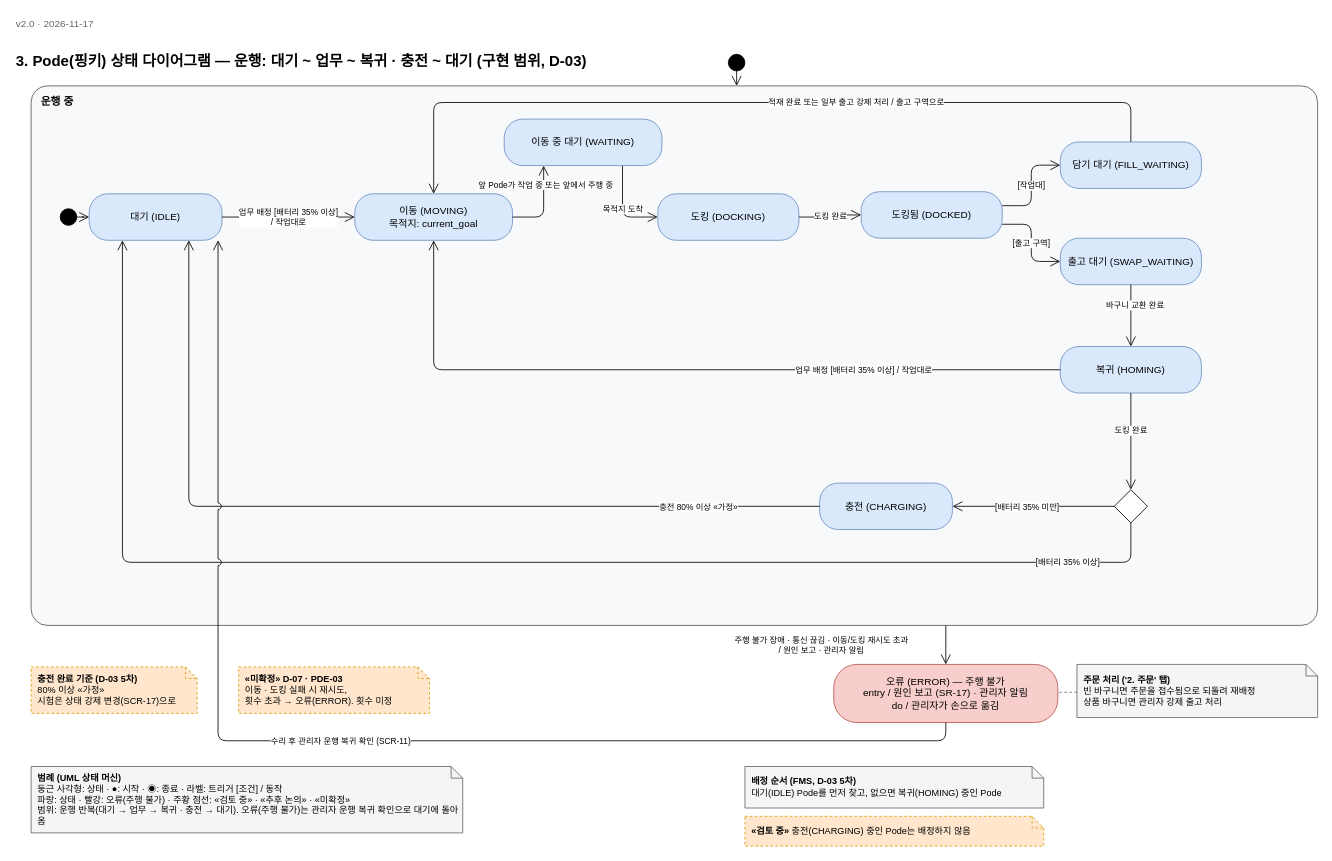
addinedu-roscamp-16th/roscamp-repo-2 keeps this draw.io diagram as page "3. Pode" (4 of 14) of design/diagrams/IFP_다이어그램.drawio. Above is the earlier version. Source tidied: cells renumbered, new cells numbered last; positions are measured from the earlier drawing's top-left corner, leaving out a move shared by most shapes. Both pictures are drawn from the tidied source at 83%, with x=0, y=0 at pixel (14, 14).
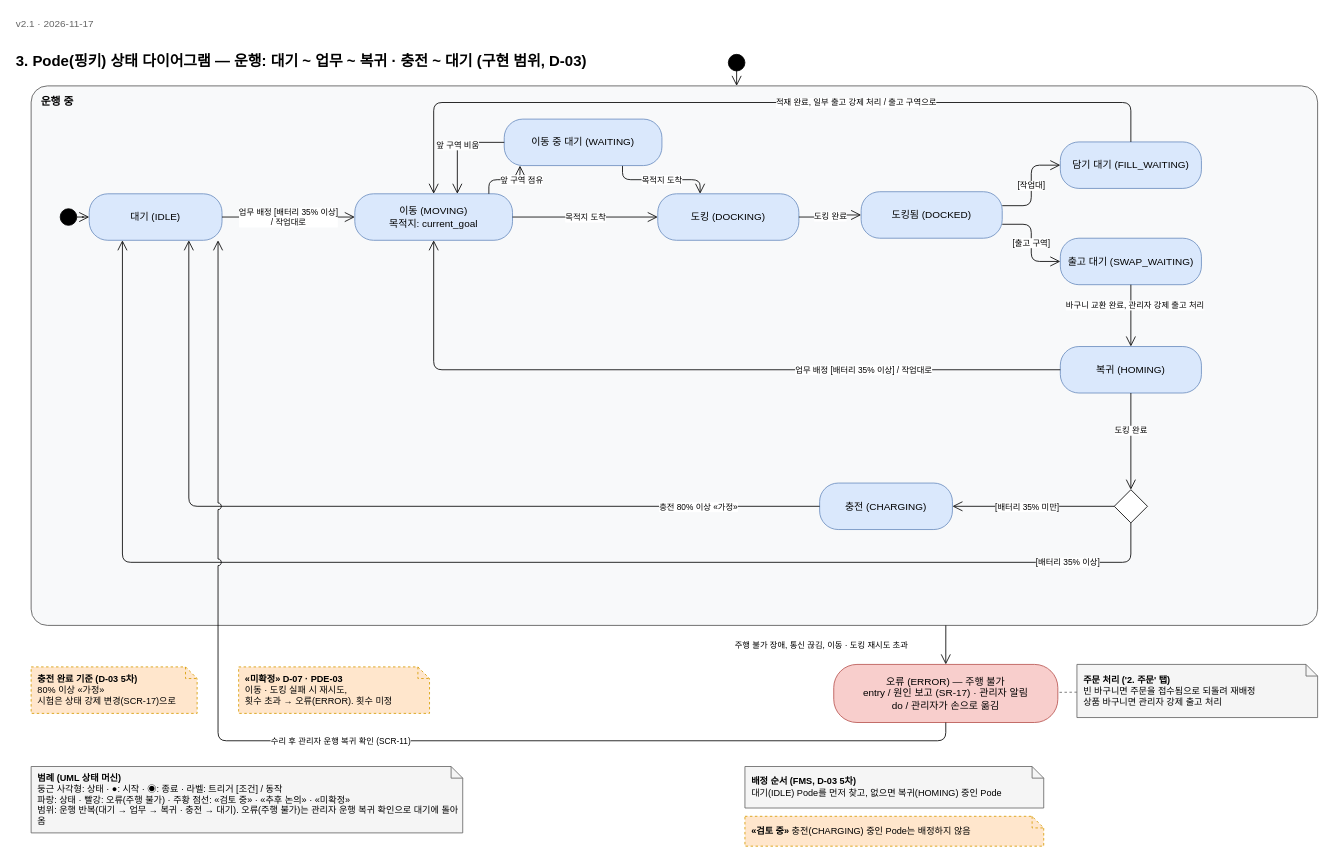
The same page after the edit.

The change refers to these unchanged cells:
```xml
<mxCell id="3" value="운행 중" style="rounded=1;arcSize=3;whiteSpace=wrap;html=1;verticalAlign=top;align=left;spacingLeft=10;spacingTop=4;fontStyle=1;fillColor=#f8f9fa;strokeColor=#555555;fontSize=13;" parent="1" vertex="1">
  <mxGeometry x="20" y="86" width="1550" height="650" as="geometry" />
</mxCell>
<mxCell id="8" value="이동 (MOVING)&lt;br&gt;목적지: current_goal" style="rounded=1;arcSize=40;whiteSpace=wrap;html=1;fillColor=#dae8fc;strokeColor=#6c8ebf;fontSize=12;" parent="1" vertex="1">
  <mxGeometry x="410" y="216" width="190" height="56" as="geometry" />
</mxCell>
<mxCell id="9" value="복귀 (HOMING)" style="rounded=1;arcSize=40;whiteSpace=wrap;html=1;fillColor=#dae8fc;strokeColor=#6c8ebf;fontSize=12;" parent="1" vertex="1">
  <mxGeometry x="1260" y="400" width="170" height="56" as="geometry" />
</mxCell>
<mxCell id="10" value="도킹 (DOCKING)" style="rounded=1;arcSize=40;whiteSpace=wrap;html=1;fillColor=#dae8fc;strokeColor=#6c8ebf;fontSize=12;" parent="1" vertex="1">
  <mxGeometry x="775" y="216" width="170" height="56" as="geometry" />
</mxCell>
<mxCell id="12" value="담기 대기 (FILL_WAITING)" style="rounded=1;arcSize=40;whiteSpace=wrap;html=1;fillColor=#dae8fc;strokeColor=#6c8ebf;fontSize=12;" parent="1" vertex="1">
  <mxGeometry x="1260" y="153.5" width="170" height="56" as="geometry" />
</mxCell>
<mxCell id="13" value="출고 대기 (SWAP_WAITING)" style="rounded=1;arcSize=40;whiteSpace=wrap;html=1;fillColor=#dae8fc;strokeColor=#6c8ebf;fontSize=12;" parent="1" vertex="1">
  <mxGeometry x="1260" y="269.5" width="170" height="56" as="geometry" />
</mxCell>
<mxCell id="28" value="이동 중 대기 (WAITING)" style="rounded=1;arcSize=40;whiteSpace=wrap;html=1;fillColor=#dae8fc;strokeColor=#6c8ebf;fontSize=12;" parent="1" vertex="1">
  <mxGeometry x="590" y="126" width="190" height="56" as="geometry" />
</mxCell>
<mxCell id="39" value="오류 (ERROR) — 주행 불가&lt;br&gt;entry / 원인 보고 (SR-17) · 관리자 알림&lt;br&gt;do / 관리자가 손으로 옮김" style="rounded=1;arcSize=40;whiteSpace=wrap;html=1;fillColor=#f8cecc;strokeColor=#b85450;fontSize=12;" parent="1" vertex="1">
  <mxGeometry x="987" y="783" width="270" height="70" as="geometry" />
</mxCell>
```

The edit, as a diff of the source:
```diff
@@
-    <mxCell id="16" value="목적지 도착" style="edgeStyle=orthogonalEdgeStyle;rounded=1;html=1;endArrow=open;endSize=10;fontSize=10;labelBackgroundColor=#ffffff;exitX=0.75;exitY=1;exitDx=0;exitDy=0;entryX=0;entryY=0.5;entryDx=0;entryDy=0;" parent="1" edge="1" source="28" target="10">
+    <mxCell id="16" value="목적지 도착" style="edgeStyle=orthogonalEdgeStyle;rounded=1;html=1;endArrow=open;endSize=10;fontSize=10;labelBackgroundColor=#ffffff;exitX=0.75;exitY=1;exitDx=0;exitDy=0;entryX=0.3;entryY=0;entryDx=0;entryDy=0;" parent="1" edge="1" source="28" target="10">
       <mxGeometry relative="1" as="geometry" />
     </mxCell>
@@
-    <mxCell id="20" value="적재 완료 또는 일부 출고 강제 처리 / 출고 구역으로" style="edgeStyle=orthogonalEdgeStyle;rounded=1;html=1;endArrow=open;endSize=10;fontSize=10;labelBackgroundColor=#ffffff;exitX=0.5;exitY=0;exitDx=0;exitDy=0;entryX=0.5;entryY=0;entryDx=0;entryDy=0;" parent="1" edge="1" source="12" target="8">
+    <mxCell id="20" value="적재 완료, 일부 출고 강제 처리 / 출고 구역으로" style="edgeStyle=orthogonalEdgeStyle;rounded=1;html=1;endArrow=open;endSize=10;fontSize=10;labelBackgroundColor=#ffffff;exitX=0.5;exitY=0;exitDx=0;exitDy=0;entryX=0.5;entryY=0;entryDx=0;entryDy=0;" parent="1" edge="1" source="12" target="8">
       <mxGeometry x="-0.24" relative="1" as="geometry">
         <Array as="points">
           <mxPoint x="1345" y="106" />
           <mxPoint x="505" y="106" />
         </Array>
       </mxGeometry>
     </mxCell>
@@
-    <mxCell id="27" value="앞 Pode가 작업 중 또는 앞에서 주행 중" style="edgeStyle=orthogonalEdgeStyle;rounded=1;html=1;endArrow=open;endSize=10;fontSize=10;labelBackgroundColor=#ffffff;exitX=1;exitY=0.5;exitDx=0;exitDy=0;entryX=0.25;entryY=1;entryDx=0;entryDy=0;" parent="1" edge="1" source="8" target="28">
+    <mxCell id="27" value="앞 구역 점유" style="edgeStyle=orthogonalEdgeStyle;rounded=1;html=1;endArrow=open;endSize=10;fontSize=10;labelBackgroundColor=#ffffff;exitX=0.85;exitY=0;exitDx=0;exitDy=0;entryX=0.1;entryY=1;entryDx=0;entryDy=0;" parent="1" edge="1" source="8" target="28">
       <mxGeometry x="0.55" y="-2" relative="1" as="geometry" />
     </mxCell>
@@
-    <mxCell id="32" value="v2.0 · 2026-11-17" style="text;html=1;fontSize=12;fontColor=#666666;align=left;verticalAlign=middle;" parent="1" vertex="1">
+    <mxCell id="32" value="v2.1 · 2026-11-17" style="text;html=1;fontSize=12;fontColor=#666666;align=left;verticalAlign=middle;" parent="1" vertex="1">
       <mxGeometry width="200" height="24" as="geometry" />
     </mxCell>
-    <mxCell id="33" value="바구니 교환 완료" style="edgeStyle=orthogonalEdgeStyle;rounded=1;html=1;endArrow=open;endSize=10;fontSize=10;labelBackgroundColor=#ffffff;exitX=0.5;exitY=1;exitDx=0;exitDy=0;entryX=0.5;entryY=0;entryDx=0;entryDy=0;" parent="1" edge="1" source="13" target="9">
+    <mxCell id="33" value="바구니 교환 완료, 관리자 강제 출고 처리" style="edgeStyle=orthogonalEdgeStyle;rounded=1;html=1;endArrow=open;endSize=10;fontSize=10;labelBackgroundColor=#ffffff;exitX=0.5;exitY=1;exitDx=0;exitDy=0;entryX=0.5;entryY=0;entryDx=0;entryDy=0;" parent="1" edge="1" source="13" target="9">
       <mxGeometry x="-0.36" y="5" relative="1" as="geometry" />
     </mxCell>
@@
-    <mxCell id="40" value="주행 불가 장애 · 통신 끊김 · 이동/도킹 재시도 초과&lt;br&gt;/ 원인 보고 · 관리자 알림" style="edgeStyle=orthogonalEdgeStyle;rounded=1;html=1;endArrow=open;endSize=10;fontSize=10;labelBackgroundColor=#ffffff;exitX=0.711;exitY=1;exitDx=0;exitDy=0;entryX=0.5;entryY=0;entryDx=0;entryDy=0;" parent="1" edge="1" source="3" target="39">
+    <mxCell id="40" value="주행 불가 장애, 통신 끊김, 이동 · 도킹 재시도 초과" style="edgeStyle=orthogonalEdgeStyle;rounded=1;html=1;endArrow=open;endSize=10;fontSize=10;labelBackgroundColor=#ffffff;exitX=0.711;exitY=1;exitDx=0;exitDy=0;entryX=0.5;entryY=0;entryDx=0;entryDy=0;" parent="1" edge="1" source="3" target="39">
       <mxGeometry relative="1" as="geometry">
         <mxPoint x="-150" as="offset" />
       </mxGeometry>
     </mxCell>
@@
+    <mxCell id="42" value="목적지 도착" style="edgeStyle=orthogonalEdgeStyle;rounded=1;html=1;endArrow=open;endSize=10;fontSize=10;labelBackgroundColor=#ffffff;exitX=1;exitY=0.5;exitDx=0;exitDy=0;entryX=0;entryY=0.5;entryDx=0;entryDy=0;" parent="1" edge="1" source="8" target="10">
+      <mxGeometry relative="1" as="geometry" />
+    </mxCell>
+    <mxCell id="43" value="앞 구역 비움" style="edgeStyle=orthogonalEdgeStyle;rounded=1;html=1;endArrow=open;endSize=10;fontSize=10;labelBackgroundColor=#ffffff;exitX=0;exitY=0.5;exitDx=0;exitDy=0;entryX=0.65;entryY=0;entryDx=0;entryDy=0;" parent="1" edge="1" source="28" target="8">
+      <mxGeometry relative="1" as="geometry" />
+    </mxCell>
```
